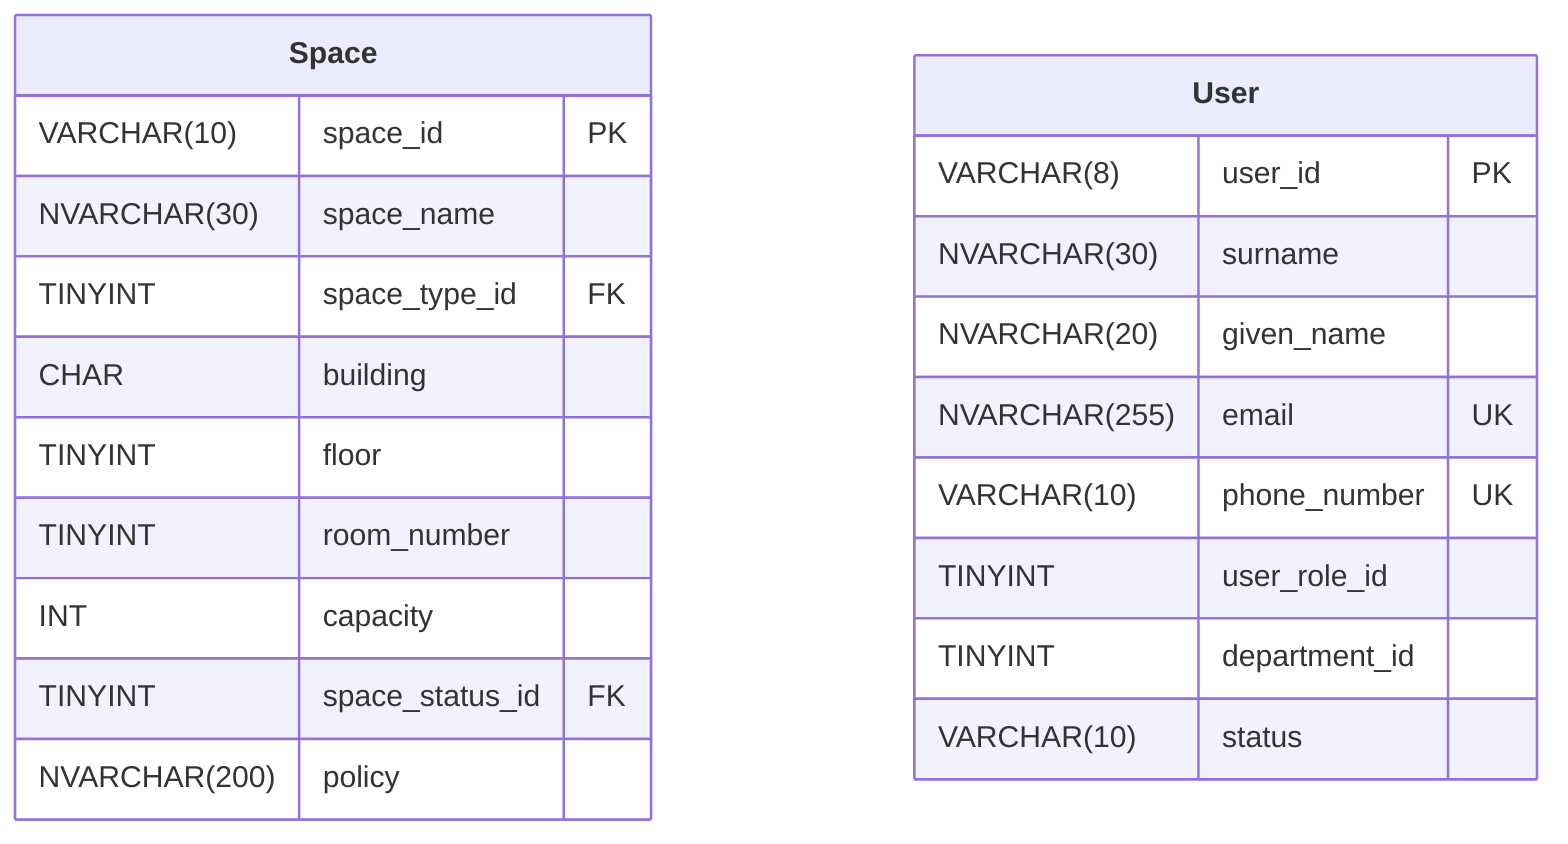
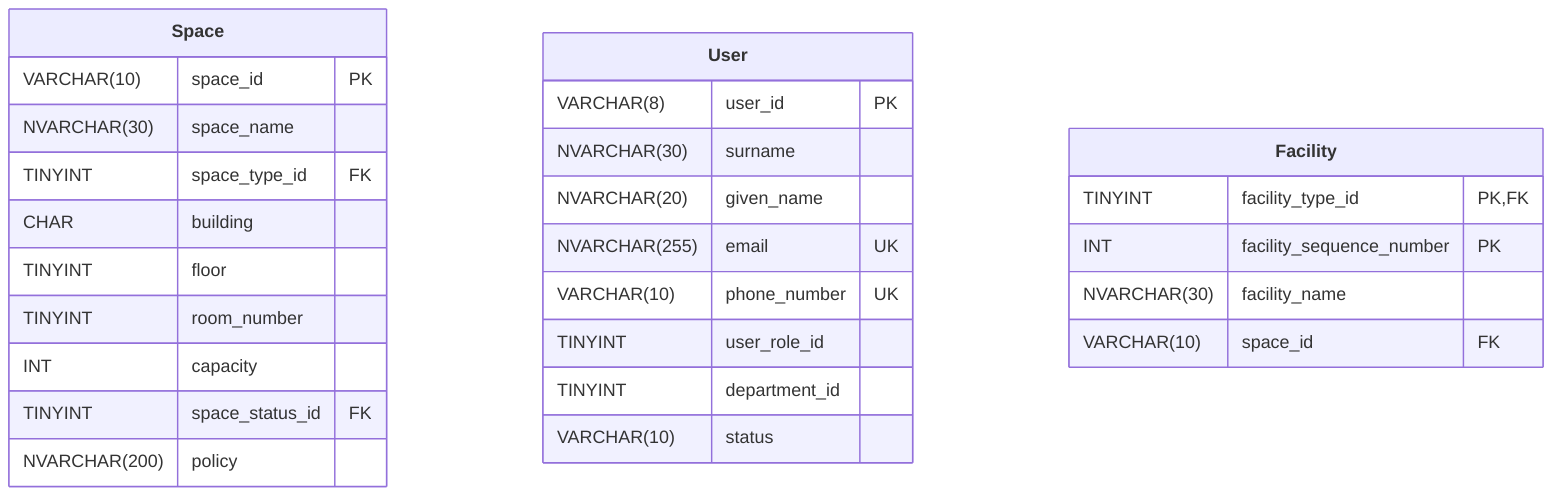
erDiagram

%% ENTITIES
**Space** {
	VARCHAR(10) space_id PK
	NVARCHAR(30) space_name
	TINYINT space_type_id FK
	CHAR building
	TINYINT floor
	TINYINT room_number
	INT capacity
	TINYINT space_status_id FK
	NVARCHAR(200) policy
}

**User** {
	VARCHAR(8) user_id PK
	NVARCHAR(30) surname
	NVARCHAR(20) given_name
	NVARCHAR(255) email UK
	VARCHAR(10) phone_number UK
	TINYINT user_role_id
	TINYINT department_id
	VARCHAR(10) status
+ }
+ 
+ **Facility** {
+ 	TINYINT facility_type_id PK, FK
+ 	INT facility_sequence_number PK
+ 	NVARCHAR(30) facility_name
+ 	VARCHAR(10) space_id FK
}